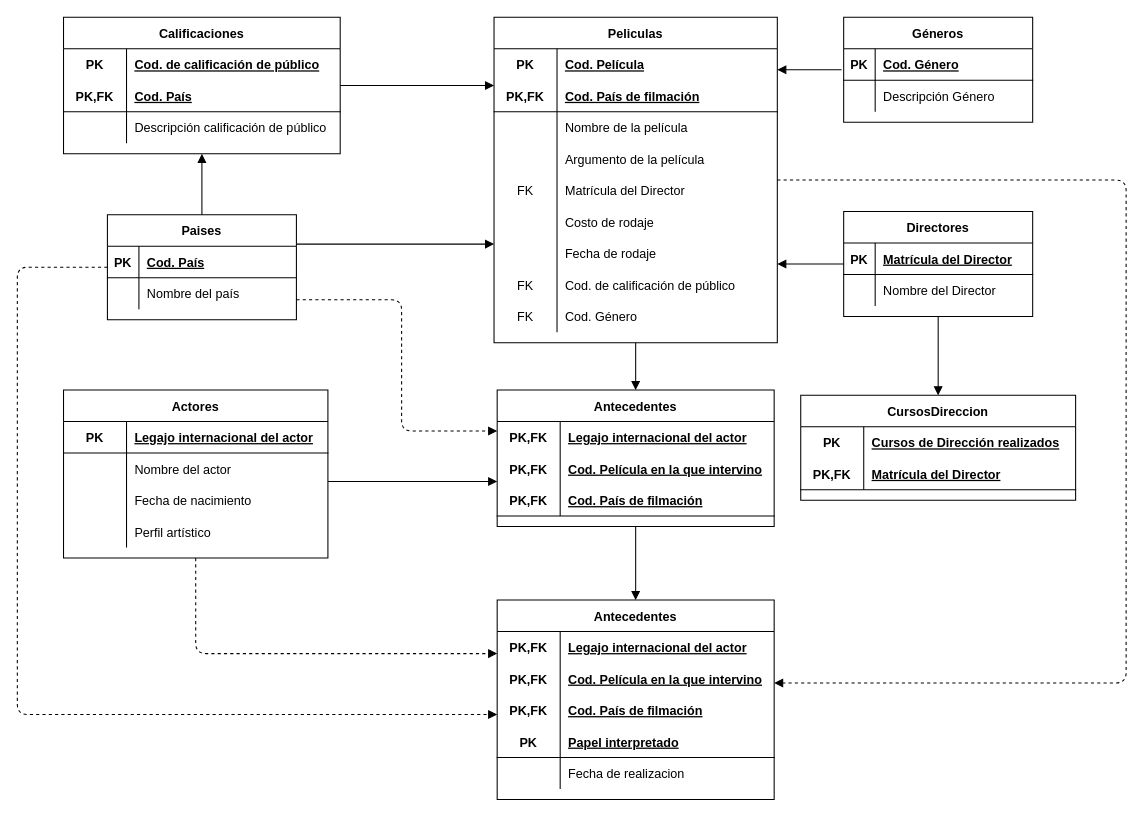
The draw.io diagram TPIII_Peliculas/2FN_Peliculas_Puyelli.drawio in FedericoRocca/DyADDBB_1erCuatrimestre_2021, before the edit. Source tidied: cells renumbered, new cells numbered last; positions are measured from the earlier drawing's top-left corner, leaving out a move shared by most shapes. Both pictures are drawn from the tidied source at 105%, with x=0, y=0 at pixel (17, 17).
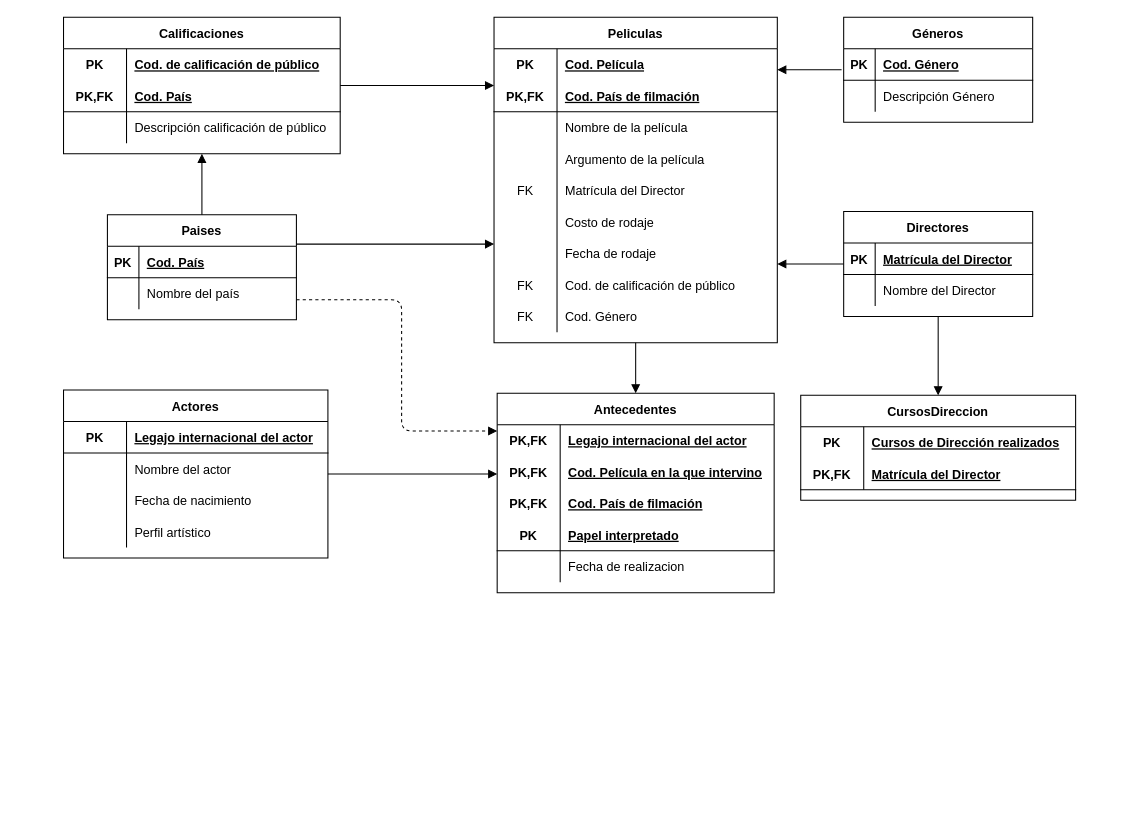
After the change.

Unchanged cells that the change refers to:
```xml
<mxCell id="4" value="Peliculas" style="shape=table;startSize=30;childLayout=tableLayout;rowLines=0;fontStyle=1;align=center;" parent="1" vertex="1">
  <mxGeometry x="454" width="269.8" height="310" as="geometry" />
</mxCell>
<mxCell id="41" value="Actores" style="shape=table;startSize=30;childLayout=tableLayout;rowLines=0;fontStyle=1;align=center;" parent="1" vertex="1">
  <mxGeometry x="44" y="355" width="251.8" height="160" as="geometry" />
</mxCell>
<mxCell id="67" value="Paises" style="shape=table;startSize=30;childLayout=tableLayout;rowLines=0;fontStyle=1;align=center;" parent="1" vertex="1">
  <mxGeometry x="85.8" y="188" width="180" height="100" as="geometry" />
</mxCell>
```

Change to the diagram source:
```diff
@@
-    <mxCell id="2" style="edgeStyle=orthogonalEdgeStyle;jettySize=auto;html=1;startArrow=none;startFill=0;endArrow=block;endFill=1;rounded=1;" parent="1" edge="1" source="4" target="55">
-      <mxGeometry relative="1" as="geometry">
-        <Array as="points">
-          <mxPoint x="597" y="435" />
-        </Array>
-      </mxGeometry>
-    </mxCell>
-    <mxCell id="3" style="edgeStyle=orthogonalEdgeStyle;jettySize=auto;html=1;dashed=1;startArrow=none;startFill=0;endArrow=block;endFill=1;rounded=1;" parent="1" edge="1" source="4" target="104">
-      <mxGeometry relative="1" as="geometry">
-        <Array as="points">
-          <mxPoint x="1056" y="155" />
-          <mxPoint x="1056" y="634" />
-        </Array>
-      </mxGeometry>
-    </mxCell>
@@
-    <mxCell id="39" style="edgeStyle=orthogonalEdgeStyle;jettySize=auto;html=1;startArrow=none;startFill=0;endArrow=block;endFill=1;rounded=1;" parent="1" edge="1" source="41" target="55">
+    <mxCell id="39" style="edgeStyle=orthogonalEdgeStyle;jettySize=auto;html=1;startArrow=none;startFill=0;endArrow=block;endFill=1;rounded=1;" parent="1" edge="1" source="41" target="104">
       <mxGeometry relative="1" as="geometry">
         <Array as="points">
-          <mxPoint x="317" y="442" />
-          <mxPoint x="317" y="442" />
+          <mxPoint x="421" y="435" />
+          <mxPoint x="421" y="435" />
         </Array>
       </mxGeometry>
     </mxCell>
-    <mxCell id="40" style="edgeStyle=orthogonalEdgeStyle;jettySize=auto;html=1;dashed=1;startArrow=none;startFill=0;endArrow=block;endFill=1;rounded=1;" parent="1" edge="1" source="41" target="104">
-      <mxGeometry relative="1" as="geometry">
-        <Array as="points">
-          <mxPoint x="170" y="606" />
-        </Array>
-      </mxGeometry>
-    </mxCell>
@@
-    <mxCell id="54" style="edgeStyle=orthogonalEdgeStyle;jettySize=auto;html=1;startArrow=none;startFill=0;endArrow=block;endFill=1;rounded=1;" parent="1" edge="1" source="55" target="104">
+    <mxCell id="54" style="edgeStyle=orthogonalEdgeStyle;jettySize=auto;html=1;startArrow=none;startFill=0;endArrow=block;endFill=1;rounded=1;" parent="1" edge="1" source="4" target="104">
       <mxGeometry relative="1" as="geometry" />
     </mxCell>
-    <mxCell id="55" value="Antecedentes" style="shape=table;startSize=30;childLayout=tableLayout;rowLines=0;fontStyle=1;align=center;" parent="1" vertex="1">
-      <mxGeometry x="457" y="355" width="263.8" height="130" as="geometry" />
-    </mxCell>
-    <mxCell id="56" style="shape=partialRectangle;fillColor=none;top=0;left=0;bottom=0;right=0;" parent="55" vertex="1">
-      <mxGeometry y="30" width="263.8" height="30" as="geometry" />
-    </mxCell>
-    <mxCell id="57" value="PK,FK" style="shape=partialRectangle;fillColor=none;top=0;left=0;bottom=0;right=0;fontStyle=1;overflow=hidden;" parent="56" vertex="1">
-      <mxGeometry width="60" height="30" as="geometry" />
-    </mxCell>
-    <mxCell id="58" value="Legajo internacional del actor" style="shape=partialRectangle;fillColor=none;top=0;left=0;bottom=0;right=0;align=left;spacingLeft=6;fontStyle=5;overflow=hidden;" parent="56" vertex="1">
-      <mxGeometry x="60" width="203.8" height="30" as="geometry" />
-    </mxCell>
-    <mxCell id="59" style="shape=partialRectangle;fillColor=none;top=0;left=0;bottom=0;right=0;" parent="55" vertex="1">
-      <mxGeometry y="60" width="263.8" height="30" as="geometry" />
-    </mxCell>
-    <mxCell id="60" value="PK,FK" style="shape=partialRectangle;fillColor=none;top=0;left=0;bottom=0;right=0;fontStyle=1;overflow=hidden;" parent="59" vertex="1">
-      <mxGeometry width="60" height="30" as="geometry" />
-    </mxCell>
-    <mxCell id="61" value="Cod. Película en la que intervino" style="shape=partialRectangle;fillColor=none;top=0;left=0;bottom=0;right=0;align=left;spacingLeft=6;fontStyle=5;overflow=hidden;" parent="59" vertex="1">
-      <mxGeometry x="60" width="203.8" height="30" as="geometry" />
-    </mxCell>
-    <mxCell id="62" style="shape=partialRectangle;fillColor=none;top=0;left=0;bottom=1;right=0;" parent="55" vertex="1">
-      <mxGeometry y="90" width="263.8" height="30" as="geometry" />
-    </mxCell>
-    <mxCell id="63" value="PK,FK" style="shape=partialRectangle;fillColor=none;top=0;left=0;bottom=0;right=0;fontStyle=1;overflow=hidden;" parent="62" vertex="1">
-      <mxGeometry width="60" height="30" as="geometry" />
-    </mxCell>
-    <mxCell id="64" value="Cod. País de filmación" style="shape=partialRectangle;fillColor=none;top=0;left=0;bottom=0;right=0;align=left;spacingLeft=6;fontStyle=5;overflow=hidden;" parent="62" vertex="1">
-      <mxGeometry x="60" width="203.8" height="30" as="geometry" />
-    </mxCell>
-    <mxCell id="65" style="edgeStyle=orthogonalEdgeStyle;jettySize=auto;html=1;dashed=1;startArrow=none;startFill=0;endArrow=block;endFill=1;rounded=1;" parent="1" edge="1" source="67" target="55">
+    <mxCell id="65" style="edgeStyle=orthogonalEdgeStyle;jettySize=auto;html=1;dashed=1;startArrow=none;startFill=0;endArrow=block;endFill=1;rounded=1;" parent="1" edge="1" source="67" target="104">
       <mxGeometry relative="1" as="geometry">
         <Array as="points">
           <mxPoint x="366" y="269" />
           <mxPoint x="366" y="394" />
         </Array>
       </mxGeometry>
     </mxCell>
-    <mxCell id="66" style="edgeStyle=orthogonalEdgeStyle;jettySize=auto;html=1;startArrow=none;startFill=0;endArrow=block;endFill=1;dashed=1;rounded=1;" parent="1" edge="1" source="67" target="104">
-      <mxGeometry relative="1" as="geometry">
-        <Array as="points">
-          <mxPoint y="238" />
-          <mxPoint y="664" />
-        </Array>
-      </mxGeometry>
-    </mxCell>
@@
     <mxCell id="104" value="Antecedentes" style="shape=table;startSize=30;childLayout=tableLayout;rowLines=0;fontStyle=1;align=center;" parent="1" vertex="1">
-      <mxGeometry x="457" y="555" width="263.8" height="190" as="geometry" />
+      <mxGeometry x="457" y="358" width="263.8" height="190" as="geometry" />
     </mxCell>
```
